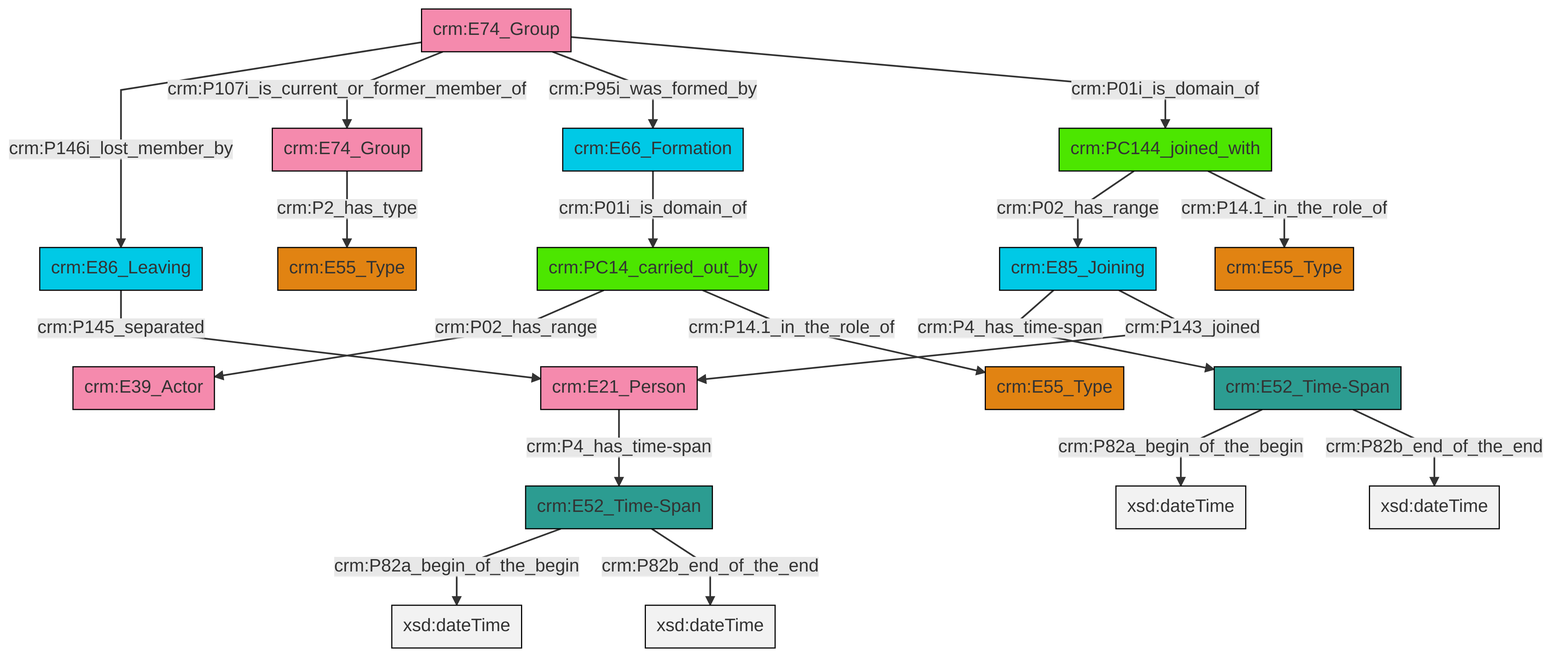
Earlier version of the Mermaid export et/groupCSV/ttl/mmd/png/group_actor_relations.png (swiss-art-research-net/reference-data-models). Its source is kept beside it as et/groupCSV/ttl/mmd/group_actor_relations.ttl.mmd.
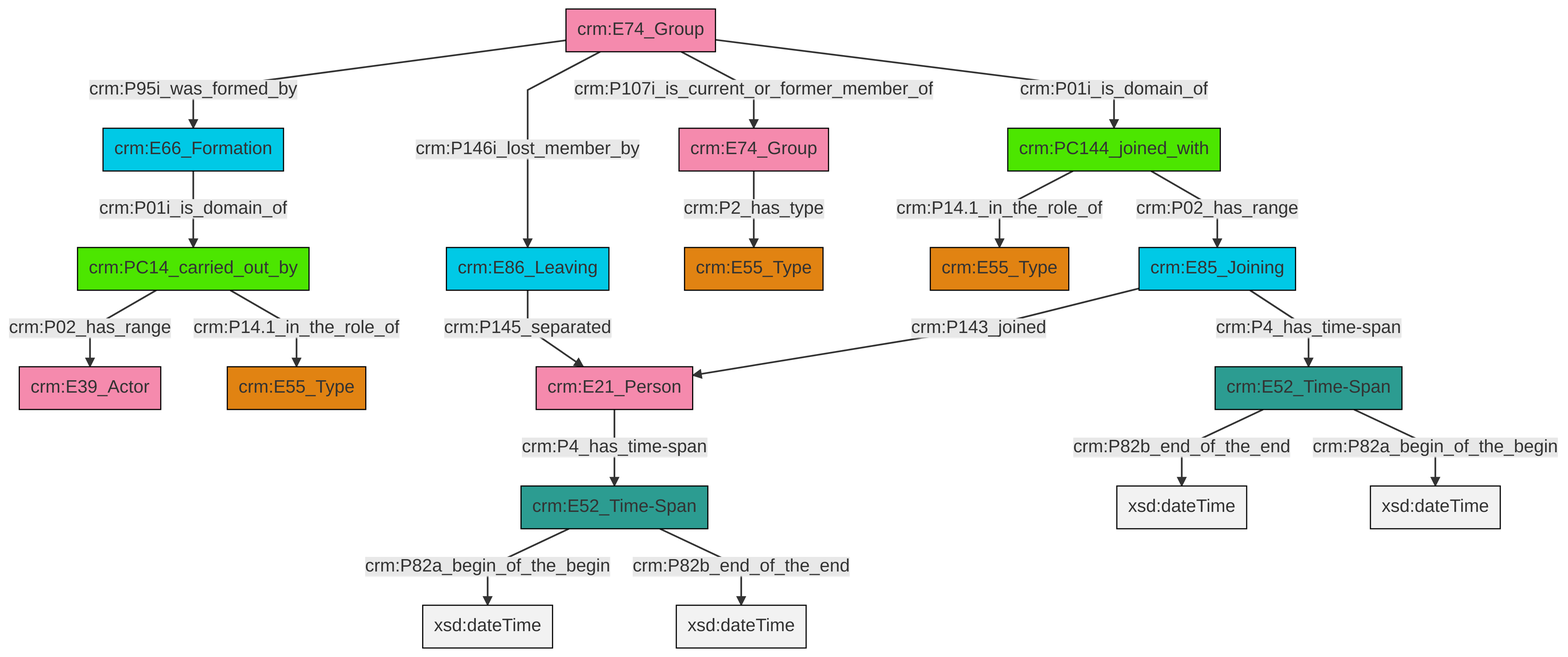
Above is the later version.

Change to the diagram source:
```diff
@@ -13,21 +13,21 @@
 classDef PC_Classes fill:#4ce600, stroke:#000000;
 classDef Multi fill:#cccccc,stroke:#000000;
 
-0["crm:PC144_joined_with"]:::PC_Classes -->|crm:P02_has_range| 1["crm:E85_Joining"]:::Temporal_Entity
-4["crm:PC14_carried_out_by"]:::PC_Classes -->|crm:P02_has_range| 5["crm:E39_Actor"]:::Actor
-7["crm:E86_Leaving"]:::Temporal_Entity -->|crm:P145_separated| 8["crm:E21_Person"]:::Actor
-9["crm:E52_Time-Span"]:::Time-Span -->|crm:P82a_begin_of_the_begin| 10[xsd:dateTime]:::Literal
-2["crm:E74_Group"]:::Actor -->|crm:P2_has_type| 11["crm:E55_Type"]:::Type
-1["crm:E85_Joining"]:::Temporal_Entity -->|crm:P4_has_time-span| 9["crm:E52_Time-Span"]:::Time-Span
-12["crm:E74_Group"]:::Actor -->|crm:P146i_lost_member_by| 7["crm:E86_Leaving"]:::Temporal_Entity
-12["crm:E74_Group"]:::Actor -->|crm:P107i_is_current_or_former_member_of| 2["crm:E74_Group"]:::Actor
-12["crm:E74_Group"]:::Actor -->|crm:P95i_was_formed_by| 19["crm:E66_Formation"]:::Temporal_Entity
-19["crm:E66_Formation"]:::Temporal_Entity -->|crm:P01i_is_domain_of| 4["crm:PC14_carried_out_by"]:::PC_Classes
-1["crm:E85_Joining"]:::Temporal_Entity -->|crm:P143_joined| 8["crm:E21_Person"]:::Actor
-0["crm:PC144_joined_with"]:::PC_Classes -->|crm:P14.1_in_the_role_of| 28["crm:E55_Type"]:::Type
-14["crm:E52_Time-Span"]:::Time-Span -->|crm:P82a_begin_of_the_begin| 30[xsd:dateTime]:::Literal
-14["crm:E52_Time-Span"]:::Time-Span -->|crm:P82b_end_of_the_end| 31[xsd:dateTime]:::Literal
-12["crm:E74_Group"]:::Actor -->|crm:P01i_is_domain_of| 0["crm:PC144_joined_with"]:::PC_Classes
-9["crm:E52_Time-Span"]:::Time-Span -->|crm:P82b_end_of_the_end| 33[xsd:dateTime]:::Literal
-8["crm:E21_Person"]:::Actor -->|crm:P4_has_time-span| 14["crm:E52_Time-Span"]:::Time-Span
-4["crm:PC14_carried_out_by"]:::PC_Classes -->|crm:P14.1_in_the_role_of| 24["crm:E55_Type"]:::Type
+0["crm:E21_Person"]:::Actor -->|crm:P4_has_time-span| 1["crm:E52_Time-Span"]:::Time-Span
+1["crm:E52_Time-Span"]:::Time-Span -->|crm:P82a_begin_of_the_begin| 4[xsd:dateTime]:::Literal
+6["crm:E86_Leaving"]:::Temporal_Entity -->|crm:P145_separated| 0["crm:E21_Person"]:::Actor
+10["crm:E52_Time-Span"]:::Time-Span -->|crm:P82b_end_of_the_end| 11[xsd:dateTime]:::Literal
+16["crm:PC144_joined_with"]:::PC_Classes -->|crm:P14.1_in_the_role_of| 17["crm:E55_Type"]:::Type
+14["crm:E74_Group"]:::Actor -->|crm:P2_has_type| 18["crm:E55_Type"]:::Type
+20["crm:E74_Group"]:::Actor -->|crm:P95i_was_formed_by| 21["crm:E66_Formation"]:::Temporal_Entity
+20["crm:E74_Group"]:::Actor -->|crm:P146i_lost_member_by| 6["crm:E86_Leaving"]:::Temporal_Entity
+21["crm:E66_Formation"]:::Temporal_Entity -->|crm:P01i_is_domain_of| 7["crm:PC14_carried_out_by"]:::PC_Classes
+16["crm:PC144_joined_with"]:::PC_Classes -->|crm:P02_has_range| 24["crm:E85_Joining"]:::Temporal_Entity
+7["crm:PC14_carried_out_by"]:::PC_Classes -->|crm:P02_has_range| 12["crm:E39_Actor"]:::Actor
+7["crm:PC14_carried_out_by"]:::PC_Classes -->|crm:P14.1_in_the_role_of| 2["crm:E55_Type"]:::Type
+20["crm:E74_Group"]:::Actor -->|crm:P107i_is_current_or_former_member_of| 14["crm:E74_Group"]:::Actor
+24["crm:E85_Joining"]:::Temporal_Entity -->|crm:P143_joined| 0["crm:E21_Person"]:::Actor
+1["crm:E52_Time-Span"]:::Time-Span -->|crm:P82b_end_of_the_end| 29[xsd:dateTime]:::Literal
+24["crm:E85_Joining"]:::Temporal_Entity -->|crm:P4_has_time-span| 10["crm:E52_Time-Span"]:::Time-Span
+20["crm:E74_Group"]:::Actor -->|crm:P01i_is_domain_of| 16["crm:PC144_joined_with"]:::PC_Classes
+10["crm:E52_Time-Span"]:::Time-Span -->|crm:P82a_begin_of_the_begin| 34[xsd:dateTime]:::Literal
```
